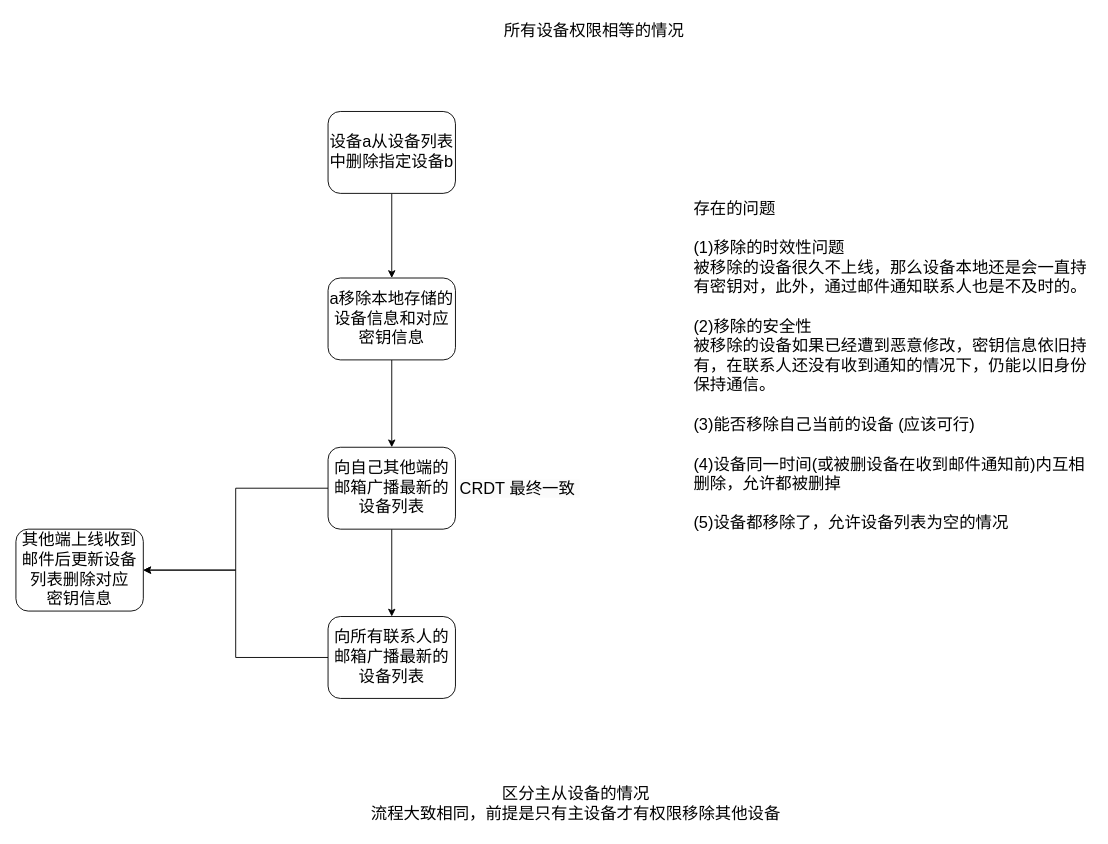
Above: page "第 14 页" (14 of 14) of src/main/java/Untitled Diagram.drawio in fiking1984/packetAnalyze (draw.io), before the change. Source tidied: cells renumbered, new cells numbered last; positions are measured from the earlier drawing's top-left corner, leaving out a move shared by most shapes. Both pictures are drawn from the tidied source at 91%, with x=0, y=0 at pixel (15, 15).
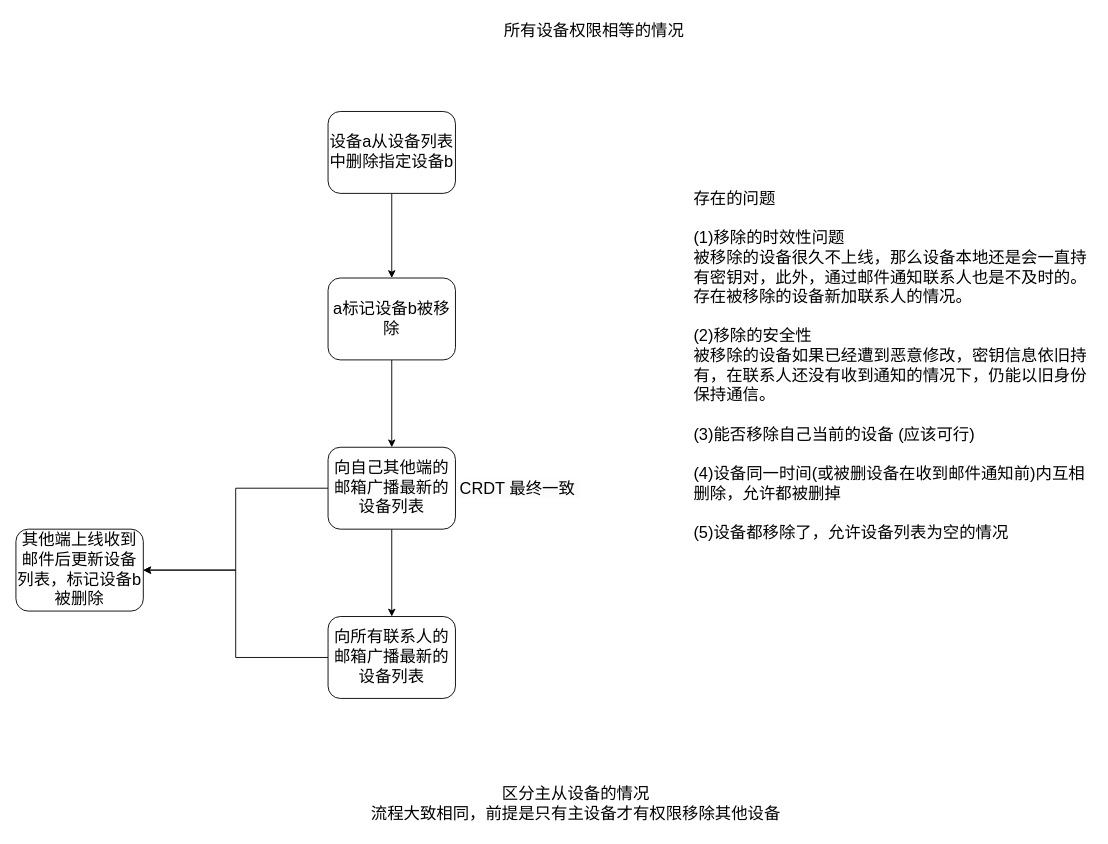
After the change.

The edit, as a diff of the source:
```diff
@@
 <mxGraphModel>
   <root>
     <mxCell id="0" />
     <mxCell id="1" parent="0" />
     <mxCell id="2" style="edgeStyle=orthogonalEdgeStyle;rounded=0;jettySize=auto;html=1;" parent="1" edge="1" source="3" target="10">
       <mxGeometry relative="1" as="geometry" />
     </mxCell>
     <mxCell id="3" value="&lt;font style=&quot;font-size: 18px;&quot;&gt;设备a从设备列表中删除指定设备b&lt;/font&gt;" style="rounded=1;whiteSpace=wrap;html=1;" parent="1" vertex="1">
       <mxGeometry x="343" y="105" width="140" height="90" as="geometry" />
     </mxCell>
     <mxCell id="4" style="edgeStyle=orthogonalEdgeStyle;rounded=0;jettySize=auto;html=1;entryX=1;entryY=0.5;entryDx=0;entryDy=0;" parent="1" edge="1" source="5" target="15">
       <mxGeometry relative="1" as="geometry" />
     </mxCell>
     <mxCell id="5" value="&lt;font style=&quot;font-size: 18px;&quot;&gt;向所有联系人的邮箱广播最新的设备列表&lt;/font&gt;" style="rounded=1;whiteSpace=wrap;html=1;" parent="1" vertex="1">
       <mxGeometry x="343" y="660" width="140" height="90" as="geometry" />
     </mxCell>
     <mxCell id="6" style="edgeStyle=orthogonalEdgeStyle;rounded=0;jettySize=auto;html=1;" parent="1" edge="1" source="8" target="5">
       <mxGeometry relative="1" as="geometry" />
     </mxCell>
     <mxCell id="7" style="edgeStyle=orthogonalEdgeStyle;rounded=0;jettySize=auto;html=1;entryX=1;entryY=0.5;entryDx=0;entryDy=0;" parent="1" edge="1" source="8" target="15">
       <mxGeometry relative="1" as="geometry" />
     </mxCell>
     <mxCell id="8" value="&lt;font style=&quot;font-size: 18px;&quot;&gt;向自己其他端的邮箱广播最新的设备列表&lt;/font&gt;" style="rounded=1;whiteSpace=wrap;html=1;" parent="1" vertex="1">
       <mxGeometry x="343" y="474" width="140" height="90" as="geometry" />
     </mxCell>
     <mxCell id="9" style="edgeStyle=orthogonalEdgeStyle;rounded=0;jettySize=auto;html=1;" parent="1" edge="1" source="10" target="8">
       <mxGeometry relative="1" as="geometry" />
     </mxCell>
-    <mxCell id="10" value="&lt;font style=&quot;font-size: 18px;&quot;&gt;a移除本地存储的设备信息和对应密钥信息&lt;/font&gt;" style="rounded=1;whiteSpace=wrap;html=1;" parent="1" vertex="1">
+    <mxCell id="10" value="&lt;font style=&quot;font-size: 18px;&quot;&gt;a标记设备b被移除&lt;/font&gt;" style="rounded=1;whiteSpace=wrap;html=1;" parent="1" vertex="1">
       <mxGeometry x="343" y="288" width="140" height="90" as="geometry" />
     </mxCell>
     <mxCell id="11" value="&lt;font style=&quot;font-size: 18px;&quot;&gt;所有设备权限相等的情况&lt;/font&gt;" style="text;html=1;align=center;verticalAlign=middle;strokeColor=none;fillColor=none;" parent="1" vertex="1">
       <mxGeometry x="527" width="216" height="34" as="geometry" />
     </mxCell>
     <mxCell id="12" value="&lt;span style=&quot;color: rgb(0, 0, 0); font-family: Helvetica; font-size: 18px; font-style: normal; font-variant-ligatures: normal; font-variant-caps: normal; font-weight: 400; letter-spacing: normal; orphans: 2; text-align: center; text-indent: 0px; text-transform: none; widows: 2; word-spacing: 0px; -webkit-text-stroke-width: 0px; background-color: rgb(251, 251, 251); text-decoration-thickness: initial; text-decoration-style: initial; text-decoration-color: initial; float: none; display: inline !important;&quot;&gt;CRDT 最终一致&amp;nbsp;&lt;/span&gt;" style="text;whiteSpace=wrap;html=1;" parent="1" vertex="1">
       <mxGeometry x="486" y="503" width="360" height="50" as="geometry" />
     </mxCell>
-    <mxCell id="13" value="&lt;font style=&quot;font-size: 18px;&quot;&gt;存在的问题&lt;br&gt;&lt;br&gt;(1)移除的时效性问题&lt;br&gt;被移除的设备很久不上线，那么设备本地还是会一直持有密钥对，此外，通过邮件通知联系人也是不及时的。&lt;br&gt;&lt;br&gt;(2)移除的安全性&lt;br&gt;被移除的设备如果已经遭到恶意修改，密钥信息依旧持有，在联系人还没有收到通知的情况下，仍能以旧身份保持通信。&lt;br&gt;&lt;br&gt;(3)能否移除自己当前的设备 (应该可行)&lt;br&gt;&lt;br&gt;(4)设备同一时间(或被删设备在收到邮件通知前)内互相删除，允许都被删掉&lt;br&gt;&lt;br&gt;(5)设备都移除了，允许设备列表为空的情况&lt;br style=&quot;border-color: var(--border-color);&quot;&gt;&lt;/font&gt;" style="text;html=1;strokeColor=none;fillColor=none;align=left;verticalAlign=middle;whiteSpace=wrap;rounded=0;" parent="1" vertex="1">
+    <mxCell id="13" value="&lt;font style=&quot;font-size: 18px;&quot;&gt;存在的问题&lt;br&gt;&lt;br&gt;(1)移除的时效性问题&lt;br&gt;被移除的设备很久不上线，那么设备本地还是会一直持有密钥对，此外，通过邮件通知联系人也是不及时的。&lt;br&gt;存在被移除的设备新加联系人的情况。&lt;br&gt;&lt;br&gt;(2)移除的安全性&lt;br&gt;被移除的设备如果已经遭到恶意修改，密钥信息依旧持有，在联系人还没有收到通知的情况下，仍能以旧身份保持通信。&lt;br&gt;&lt;br&gt;(3)能否移除自己当前的设备 (应该可行)&lt;br&gt;&lt;br&gt;(4)设备同一时间(或被删设备在收到邮件通知前)内互相删除，允许都被删掉&lt;br&gt;&lt;br&gt;(5)设备都移除了，允许设备列表为空的情况&lt;br style=&quot;border-color: var(--border-color);&quot;&gt;&lt;/font&gt;" style="text;html=1;strokeColor=none;fillColor=none;align=left;verticalAlign=middle;whiteSpace=wrap;rounded=0;" parent="1" vertex="1">
       <mxGeometry x="743" y="170" width="440" height="430" as="geometry" />
     </mxCell>
     <mxCell id="14" value="&lt;span style=&quot;font-size: 18px;&quot;&gt;区分主从设备的情况&lt;br&gt;流程大致相同，前提是只有主设备才有权限移除其他设备&lt;br&gt;&lt;/span&gt;" style="text;html=1;align=center;verticalAlign=middle;strokeColor=none;fillColor=none;" parent="1" vertex="1">
       <mxGeometry x="381" y="838" width="468" height="55" as="geometry" />
     </mxCell>
-    <mxCell id="15" value="&lt;span style=&quot;font-size: 18px;&quot;&gt;其他端上线收到邮件后更新设备列表删除对应&lt;br&gt;密钥信息&lt;/span&gt;" style="rounded=1;whiteSpace=wrap;html=1;" parent="1" vertex="1">
+    <mxCell id="15" value="&lt;span style=&quot;font-size: 18px;&quot;&gt;其他端上线收到邮件后更新设备列表，标记设备b被删除&lt;/span&gt;" style="rounded=1;whiteSpace=wrap;html=1;" parent="1" vertex="1">
       <mxGeometry y="564" width="140" height="90" as="geometry" />
     </mxCell>
   </root>
 </mxGraphModel>
```
